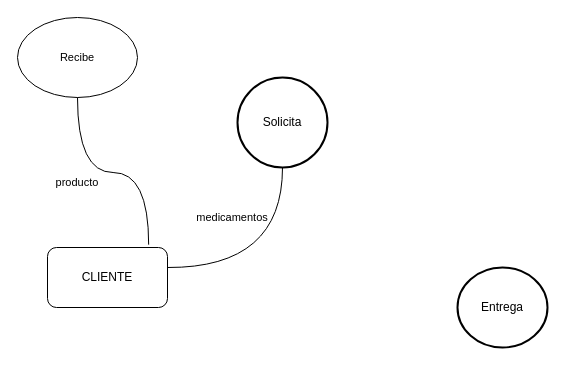
Before: page "Página-2" (1 of 2) of farmaciaAE.drawio in yon026/pruebagit, a draw.io diagram. Source tidied: cells renumbered, new cells numbered last; positions are measured from the earlier drawing's top-left corner, leaving out a move shared by most shapes. Both pictures are drawn from the tidied source at 100%, with x=0, y=0 at pixel (17, 17).
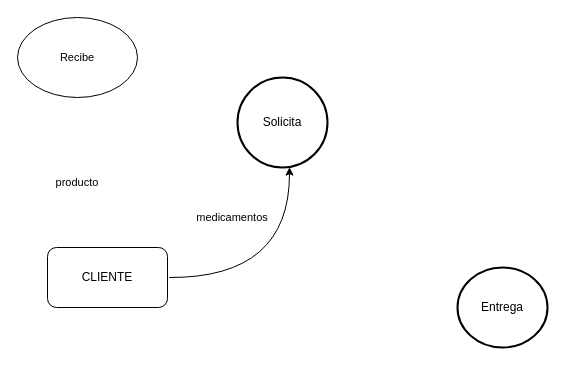
Above is the later version.

The edit, as a diff of the source:
```diff
@@
 <mxGraphModel>
   <root>
     <mxCell id="0" />
     <mxCell id="1" parent="0" />
     <mxCell id="2" value="Solicita" style="strokeWidth=2;html=1;shape=mxgraph.flowchart.start_2;whiteSpace=wrap;" parent="1" vertex="1">
       <mxGeometry x="220" y="60" width="90" height="90" as="geometry" />
     </mxCell>
     <mxCell id="3" value="Entrega" style="strokeWidth=2;html=1;shape=mxgraph.flowchart.start_2;whiteSpace=wrap;" parent="1" vertex="1">
       <mxGeometry x="440" y="250" width="90" height="80" as="geometry" />
     </mxCell>
     <mxCell id="4" value="CLIENTE" style="rounded=1;whiteSpace=wrap;html=1;" parent="1" vertex="1">
       <mxGeometry x="30" y="230" width="120" height="60" as="geometry" />
     </mxCell>
-    <mxCell id="5" style="endArrow=none;html=1;rounded=0;strokeColor=default;align=center;verticalAlign=middle;fontFamily=Helvetica;fontSize=11;fontColor=default;labelBackgroundColor=default;edgeStyle=orthogonalEdgeStyle;curved=1;entryX=0.5;entryY=1;entryDx=0;entryDy=0;entryPerimeter=0;" parent="1" edge="1" target="2">
-      <mxGeometry relative="1" as="geometry">
-        <mxPoint x="150" y="250" as="sourcePoint" />
-      </mxGeometry>
-    </mxCell>
     <mxCell id="6" value="medicamentos" style="text;strokeColor=none;align=center;fillColor=none;html=1;verticalAlign=middle;whiteSpace=wrap;rounded=0;fontFamily=Helvetica;fontSize=11;fontColor=default;labelBackgroundColor=default;" parent="1" vertex="1">
       <mxGeometry x="180" y="180" width="70" height="40" as="geometry" />
     </mxCell>
     <mxCell id="7" value="Recibe" style="ellipse;whiteSpace=wrap;html=1;fontFamily=Helvetica;fontSize=11;fontColor=default;labelBackgroundColor=default;" parent="1" vertex="1">
       <mxGeometry width="120" height="80" as="geometry" />
     </mxCell>
-    <mxCell id="8" style="edgeStyle=orthogonalEdgeStyle;shape=connector;curved=1;rounded=0;jettySize=auto;html=1;exitX=0.5;exitY=1;exitDx=0;exitDy=0;entryX=0.843;entryY=-0.047;entryDx=0;entryDy=0;entryPerimeter=0;strokeColor=default;align=center;verticalAlign=middle;fontFamily=Helvetica;fontSize=11;fontColor=default;labelBackgroundColor=default;endArrow=none;" parent="1" edge="1" source="7" target="4">
-      <mxGeometry relative="1" as="geometry" />
-    </mxCell>
     <mxCell id="9" value="producto" style="text;strokeColor=none;align=center;fillColor=none;html=1;verticalAlign=middle;whiteSpace=wrap;rounded=0;fontFamily=Helvetica;fontSize=11;fontColor=default;labelBackgroundColor=default;" parent="1" vertex="1">
       <mxGeometry x="30" y="150" width="60" height="30" as="geometry" />
     </mxCell>
+    <mxCell id="10" style="edgeStyle=orthogonalEdgeStyle;shape=connector;curved=1;rounded=0;jettySize=auto;html=1;exitX=0.5;exitY=1;exitDx=0;exitDy=0;strokeColor=default;align=center;verticalAlign=middle;fontFamily=Helvetica;fontSize=11;fontColor=default;labelBackgroundColor=default;endArrow=classic;entryX=0.578;entryY=0.996;entryDx=0;entryDy=0;entryPerimeter=0;" parent="1" edge="1" target="2">
+      <mxGeometry relative="1" as="geometry">
+        <mxPoint x="151.8" y="260" as="sourcePoint" />
+      </mxGeometry>
+    </mxCell>
   </root>
 </mxGraphModel>
```
